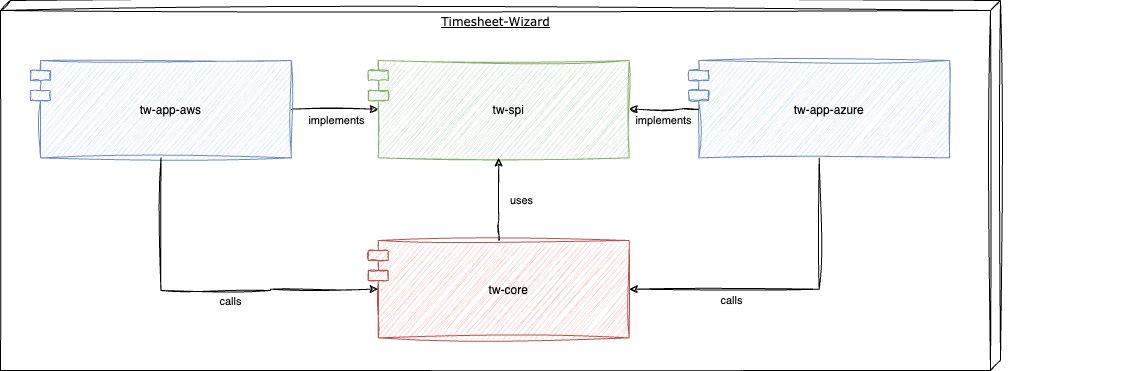
tinohertlein/timesheet-wizard keeps this draw.io diagram as docs/assets/static-level-1.drawio.png. Above is the earlier version. Source tidied: cells renumbered, new cells last; positions are measured from the earlier drawing's top-left corner, leaving out a move shared by most shapes.
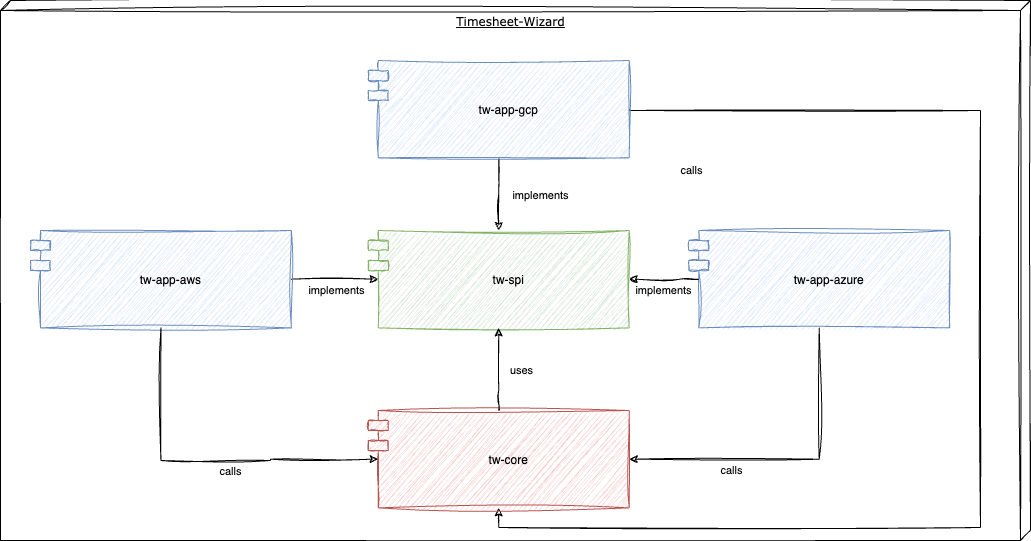
After the commit.

Change to the diagram source:
```diff
@@ -2,13 +2,36 @@
   <root>
     <mxCell id="0" />
     <mxCell id="1" parent="0" />
-    <mxCell id="2" style="group;align=center;verticalAlign=bottom;sketch=1;curveFitting=1;jiggle=2;" parent="1" vertex="1">
-      <mxGeometry x="30" width="1100" height="370" as="geometry" />
-    </mxCell>
-    <mxCell id="3" value="Timesheet-Wizard" style="verticalAlign=top;align=center;spacingTop=8;spacingLeft=2;spacingRight=12;shape=cube;size=10;direction=south;fontStyle=4;html=1;rounded=0;shadow=0;comic=0;labelBackgroundColor=none;strokeWidth=1;fontFamily=Verdana;fontSize=12;sketch=1;curveFitting=1;jiggle=2;" parent="2" vertex="1">
-      <mxGeometry x="-30" width="1000" height="370" as="geometry" />
+    <mxCell id="3" value="Timesheet-Wizard" style="verticalAlign=top;align=center;spacingTop=8;spacingLeft=2;spacingRight=12;shape=cube;size=10;direction=south;fontStyle=4;html=1;rounded=0;shadow=0;comic=0;labelBackgroundColor=none;strokeWidth=1;fontFamily=Verdana;fontSize=12;sketch=1;curveFitting=1;jiggle=2;" parent="1" vertex="1">
+      <mxGeometry y="-170" width="1030" height="540" as="geometry" />
     </mxCell>
+    <mxCell id="18" style="edgeStyle=orthogonalEdgeStyle;rounded=0;sketch=1;jettySize=auto;html=1;entryX=0.5;entryY=0;entryDx=0;entryDy=0;" parent="1" edge="1" source="22" target="7">
+      <mxGeometry relative="1" as="geometry" />
+    </mxCell>
+    <mxCell id="19" value="implements" style="edgeLabel;html=1;align=center;verticalAlign=middle;" parent="18" vertex="1">
+      <mxGeometry relative="1" as="geometry">
+        <mxPoint x="41" as="offset" />
+      </mxGeometry>
+    </mxCell>
+    <mxCell id="20" style="edgeStyle=orthogonalEdgeStyle;rounded=0;sketch=1;jettySize=auto;html=1;entryX=0.5;entryY=1;entryDx=0;entryDy=0;exitX=1;exitY=0.5;exitDx=0;exitDy=0;" parent="1" edge="1" source="22" target="10">
+      <mxGeometry relative="1" as="geometry">
+        <Array as="points">
+          <mxPoint x="629" y="-60" />
+          <mxPoint x="980" y="-60" />
+          <mxPoint x="980" y="357" />
+          <mxPoint x="498" y="357" />
+        </Array>
+      </mxGeometry>
+    </mxCell>
+    <mxCell id="21" value="calls" style="edgeLabel;html=1;align=center;verticalAlign=middle;" parent="20" vertex="1">
+      <mxGeometry x="-0.19" y="2" relative="1" as="geometry">
+        <mxPoint x="-292" y="-101" as="offset" />
+      </mxGeometry>
+    </mxCell>
+    <mxCell id="22" value="tw-app-gcp" style="shape=module;align=left;spacingLeft=20;align=center;verticalAlign=middle;sketch=1;curveFitting=1;jiggle=2;fillColor=#dae8fc;strokeColor=#6c8ebf;fillStyle=auto;" parent="1" vertex="1">
+      <mxGeometry x="367.8" y="-110" width="260.9" height="97.4" as="geometry" />
+    </mxCell>
-    <mxCell id="4" style="edgeStyle=orthogonalEdgeStyle;rounded=0;jettySize=auto;html=1;entryX=0;entryY=0.5;entryDx=10;entryDy=0;entryPerimeter=0;sketch=1;curveFitting=1;jiggle=2;" parent="2" edge="1" source="6" target="7">
+    <mxCell id="4" style="edgeStyle=orthogonalEdgeStyle;rounded=0;jettySize=auto;html=1;entryX=0;entryY=0.5;entryDx=10;entryDy=0;entryPerimeter=0;sketch=1;curveFitting=1;jiggle=2;" parent="1" edge="1" source="6" target="7">
       <mxGeometry relative="1" as="geometry" />
     </mxCell>
     <mxCell id="5" value="implements" style="edgeLabel;html=1;align=center;verticalAlign=middle;" parent="4" vertex="1">
@@ -16,17 +39,17 @@
         <mxPoint x="13" y="11" as="offset" />
       </mxGeometry>
     </mxCell>
-    <mxCell id="6" value="tw-app-aws" style="shape=module;align=left;spacingLeft=20;align=center;verticalAlign=middle;sketch=1;curveFitting=1;jiggle=2;fillColor=#dae8fc;strokeColor=#6c8ebf;fillStyle=auto;" parent="2" vertex="1">
-      <mxGeometry y="60" width="260.9" height="97.4" as="geometry" />
+    <mxCell id="6" value="tw-app-aws" style="shape=module;align=left;spacingLeft=20;align=center;verticalAlign=middle;sketch=1;curveFitting=1;jiggle=2;fillColor=#dae8fc;strokeColor=#6c8ebf;fillStyle=auto;" parent="1" vertex="1">
+      <mxGeometry x="30" y="60" width="260.9" height="97.4" as="geometry" />
     </mxCell>
-    <mxCell id="7" value="tw-spi" style="shape=module;align=left;spacingLeft=20;align=center;verticalAlign=middle;sketch=1;curveFitting=1;jiggle=2;fillColor=#d5e8d4;strokeColor=#82b366;fillStyle=auto;" parent="2" vertex="1">
-      <mxGeometry x="337.8" y="60" width="260.9" height="97.4" as="geometry" />
+    <mxCell id="7" value="tw-spi" style="shape=module;align=left;spacingLeft=20;align=center;verticalAlign=middle;sketch=1;curveFitting=1;jiggle=2;fillColor=#d5e8d4;strokeColor=#82b366;fillStyle=auto;" parent="1" vertex="1">
+      <mxGeometry x="367.8" y="60" width="260.9" height="97.4" as="geometry" />
     </mxCell>
-    <mxCell id="8" style="edgeStyle=orthogonalEdgeStyle;rounded=0;jettySize=auto;html=1;exitX=0.5;exitY=0;exitDx=0;exitDy=0;entryX=0.5;entryY=1;entryDx=0;entryDy=0;sketch=1;curveFitting=1;jiggle=2;" parent="2" edge="1" source="10" target="7">
+    <mxCell id="8" style="edgeStyle=orthogonalEdgeStyle;rounded=0;jettySize=auto;html=1;exitX=0.5;exitY=0;exitDx=0;exitDy=0;entryX=0.5;entryY=1;entryDx=0;entryDy=0;sketch=1;curveFitting=1;jiggle=2;" parent="1" edge="1" source="10" target="7">
       <mxGeometry relative="1" as="geometry">
         <Array as="points">
-          <mxPoint x="468" y="220" />
-          <mxPoint x="468" y="220" />
+          <mxPoint x="498" y="220" />
+          <mxPoint x="498" y="220" />
         </Array>
       </mxGeometry>
     </mxCell>
@@ -35,17 +58,17 @@
         <mxPoint x="20" y="12" as="offset" />
       </mxGeometry>
     </mxCell>
-    <mxCell id="10" value="tw-core" style="shape=module;align=left;spacingLeft=20;align=center;verticalAlign=middle;sketch=1;curveFitting=1;jiggle=2;fillColor=#f8cecc;strokeColor=#b85450;fillStyle=auto;" parent="2" vertex="1">
-      <mxGeometry x="337.8" y="240" width="260.9" height="97.4" as="geometry" />
+    <mxCell id="10" value="tw-core" style="shape=module;align=left;spacingLeft=20;align=center;verticalAlign=middle;sketch=1;curveFitting=1;jiggle=2;fillColor=#f8cecc;strokeColor=#b85450;fillStyle=auto;" parent="1" vertex="1">
+      <mxGeometry x="367.8" y="240" width="260.9" height="97.4" as="geometry" />
     </mxCell>
-    <mxCell id="11" value="tw-app-azure" style="shape=module;align=left;spacingLeft=20;align=center;verticalAlign=middle;sketch=1;curveFitting=1;jiggle=2;fillColor=#dae8fc;strokeColor=#6c8ebf;fillStyle=auto;" parent="2" vertex="1">
-      <mxGeometry x="658.3" y="60" width="260.9" height="97.4" as="geometry" />
+    <mxCell id="11" value="tw-app-azure" style="shape=module;align=left;spacingLeft=20;align=center;verticalAlign=middle;sketch=1;curveFitting=1;jiggle=2;fillColor=#dae8fc;strokeColor=#6c8ebf;fillStyle=auto;" parent="1" vertex="1">
+      <mxGeometry x="688.3" y="60" width="260.9" height="97.4" as="geometry" />
     </mxCell>
-    <mxCell id="12" style="edgeStyle=orthogonalEdgeStyle;rounded=0;jettySize=auto;html=1;entryX=1;entryY=0.5;entryDx=0;entryDy=0;sketch=1;curveFitting=1;jiggle=2;exitX=0;exitY=0.5;exitDx=10;exitDy=0;exitPerimeter=0;" parent="2" edge="1" source="11" target="7">
+    <mxCell id="12" style="edgeStyle=orthogonalEdgeStyle;rounded=0;jettySize=auto;html=1;entryX=1;entryY=0.5;entryDx=0;entryDy=0;sketch=1;curveFitting=1;jiggle=2;exitX=0;exitY=0.5;exitDx=10;exitDy=0;exitPerimeter=0;" parent="1" edge="1" source="11" target="7">
       <mxGeometry relative="1" as="geometry">
         <Array as="points">
-          <mxPoint x="649.6" y="109" />
-          <mxPoint x="649.6" y="109" />
+          <mxPoint x="679.6" y="109" />
+          <mxPoint x="679.6" y="109" />
         </Array>
       </mxGeometry>
     </mxCell>
@@ -54,7 +77,7 @@
         <mxPoint x="-11" y="11" as="offset" />
       </mxGeometry>
     </mxCell>
-    <mxCell id="14" style="edgeStyle=orthogonalEdgeStyle;rounded=0;jettySize=auto;html=1;sketch=1;curveFitting=1;jiggle=2;exitX=0.5;exitY=1;exitDx=0;exitDy=0;entryX=1;entryY=0.5;entryDx=0;entryDy=0;" parent="2" edge="1" source="11" target="10">
+    <mxCell id="14" style="edgeStyle=orthogonalEdgeStyle;rounded=0;jettySize=auto;html=1;sketch=1;curveFitting=1;jiggle=2;exitX=0.5;exitY=1;exitDx=0;exitDy=0;entryX=1;entryY=0.5;entryDx=0;entryDy=0;" parent="1" edge="1" source="11" target="10">
       <mxGeometry relative="1" as="geometry" />
     </mxCell>
     <mxCell id="15" value="calls" style="edgeLabel;html=1;align=center;verticalAlign=middle;" parent="14" vertex="1">
@@ -62,12 +85,12 @@
         <mxPoint x="-43" y="9" as="offset" />
       </mxGeometry>
     </mxCell>
-    <mxCell id="16" style="edgeStyle=orthogonalEdgeStyle;rounded=0;jettySize=auto;html=1;sketch=1;curveFitting=1;jiggle=2;exitX=0.5;exitY=1;exitDx=0;exitDy=0;entryX=0;entryY=0.5;entryDx=10;entryDy=0;entryPerimeter=0;" parent="2" edge="1" source="6" target="10">
+    <mxCell id="16" style="edgeStyle=orthogonalEdgeStyle;rounded=0;jettySize=auto;html=1;sketch=1;curveFitting=1;jiggle=2;exitX=0.5;exitY=1;exitDx=0;exitDy=0;entryX=0;entryY=0.5;entryDx=10;entryDy=0;entryPerimeter=0;" parent="1" edge="1" source="6" target="10">
       <mxGeometry relative="1" as="geometry">
         <Array as="points">
-          <mxPoint x="130" y="290" />
-          <mxPoint x="240" y="290" />
-          <mxPoint x="240" y="289" />
+          <mxPoint x="160" y="290" />
+          <mxPoint x="270" y="290" />
+          <mxPoint x="270" y="289" />
         </Array>
       </mxGeometry>
     </mxCell>
```
